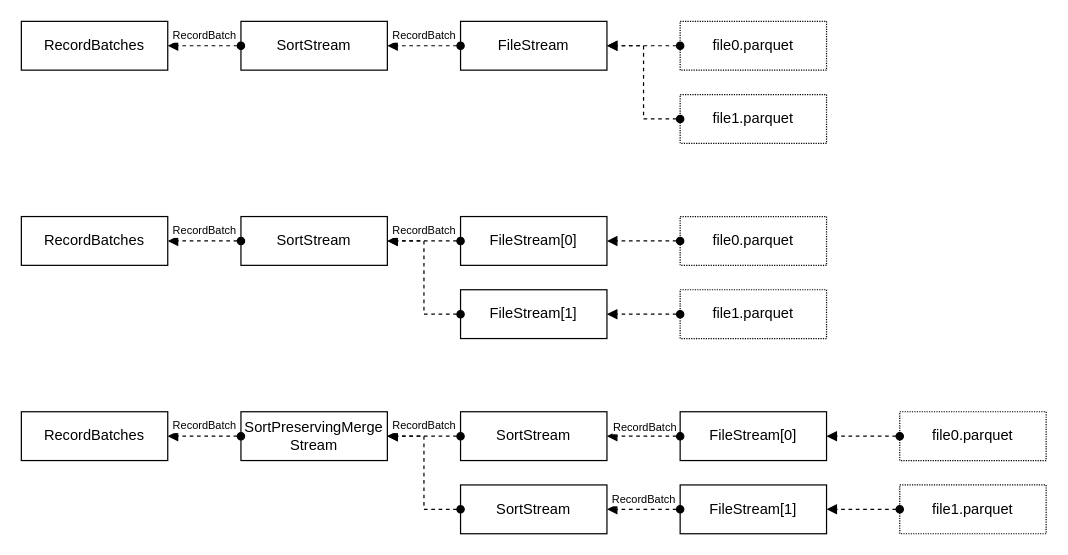
This is page "streams" (2 of 2) of datafusion/datafusion.drawio from haruband/codebook, a draw.io file, before an edit. Source tidied: cells renumbered, new cells numbered last; positions are measured from the earlier drawing's top-left corner, leaving out a move shared by most shapes. Both pictures are drawn from the tidied source at 122%, with x=0, y=0 at pixel (21, 21).
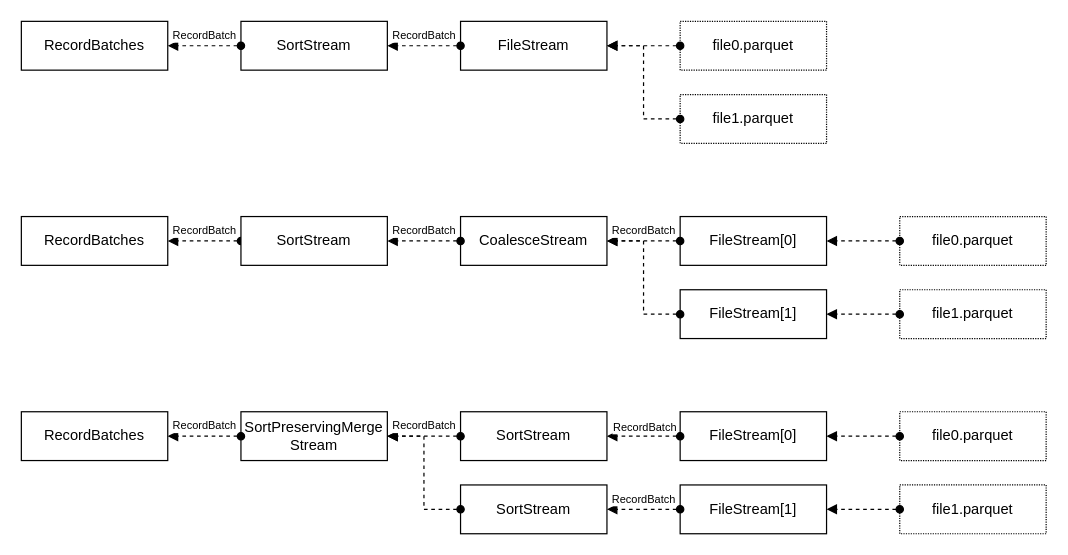
The same page after the edit.

The change refers to these unchanged cells:
```xml
<mxCell id="15" value="RecordBatches" style="rounded=0;whiteSpace=wrap;html=1;fontSize=12;" parent="1" vertex="1">
  <mxGeometry y="160" width="120" height="40" as="geometry" />
</mxCell>
```

Diff of the diagram source:
```diff
@@
     <mxCell id="11" value="FileStream[0]" style="rounded=0;whiteSpace=wrap;html=1;fontSize=12;" parent="1" vertex="1">
-      <mxGeometry x="360" y="160" width="120" height="40" as="geometry" />
+      <mxGeometry x="540" y="160" width="120" height="40" as="geometry" />
     </mxCell>
     <mxCell id="12" value="file0.parquet" style="rounded=0;whiteSpace=wrap;html=1;fontSize=12;dashed=1;dashPattern=1 1;" parent="1" vertex="1">
-      <mxGeometry x="540" y="160" width="120" height="40" as="geometry" />
+      <mxGeometry x="720" y="160" width="120" height="40" as="geometry" />
     </mxCell>
     <mxCell id="13" value="file1.parquet" style="rounded=0;whiteSpace=wrap;html=1;fontSize=12;dashed=1;dashPattern=1 1;" parent="1" vertex="1">
-      <mxGeometry x="540" y="220" width="120" height="40" as="geometry" />
+      <mxGeometry x="720" y="220" width="120" height="40" as="geometry" />
     </mxCell>
-    <mxCell id="14" value="SortStream" style="rounded=0;whiteSpace=wrap;html=1;fontSize=12;" parent="1" vertex="1">
-      <mxGeometry x="180" y="160" width="120" height="40" as="geometry" />
+    <mxCell id="14" value="CoalesceStream" style="rounded=0;whiteSpace=wrap;html=1;fontSize=12;" parent="1" vertex="1">
+      <mxGeometry x="360" y="160" width="120" height="40" as="geometry" />
     </mxCell>
@@
     <mxCell id="16" style="edgeStyle=orthogonalEdgeStyle;rounded=0;jettySize=auto;html=1;dashed=1;startArrow=oval;startFill=1;endArrow=block;endFill=1;exitX=0;exitY=0.5;exitDx=0;exitDy=0;" parent="1" edge="1" source="12">
       <mxGeometry relative="1" as="geometry">
-        <mxPoint x="480" y="180" as="targetPoint" />
+        <mxPoint x="660" y="180" as="targetPoint" />
       </mxGeometry>
     </mxCell>
@@
-    <mxCell id="18" value="RecordBatch" style="edgeStyle=orthogonalEdgeStyle;rounded=0;jettySize=auto;html=1;dashed=1;startArrow=oval;startFill=1;endArrow=block;endFill=1;entryX=1;entryY=0.5;entryDx=0;entryDy=0;exitX=0;exitY=0.5;exitDx=0;exitDy=0;fontSize=9;verticalAlign=bottom;" parent="1" edge="1" source="14" target="15">
+    <mxCell id="18" value="RecordBatch" style="edgeStyle=orthogonalEdgeStyle;rounded=0;jettySize=auto;html=1;dashed=1;startArrow=oval;startFill=1;endArrow=block;endFill=1;entryX=1;entryY=0.5;entryDx=0;entryDy=0;exitX=0;exitY=0.5;exitDx=0;exitDy=0;fontSize=9;verticalAlign=bottom;" parent="1" edge="1" source="37" target="15">
       <mxGeometry relative="1" as="geometry" />
     </mxCell>
     <mxCell id="19" value="FileStream[1]" style="rounded=0;whiteSpace=wrap;html=1;fontSize=12;" parent="1" vertex="1">
-      <mxGeometry x="360" y="220" width="120" height="40" as="geometry" />
+      <mxGeometry x="540" y="220" width="120" height="40" as="geometry" />
     </mxCell>
@@
+    <mxCell id="37" value="SortStream" style="rounded=0;whiteSpace=wrap;html=1;fontSize=12;" parent="1" vertex="1">
+      <mxGeometry x="180" y="160" width="120" height="40" as="geometry" />
+    </mxCell>
+    <mxCell id="38" value="RecordBatch" style="edgeStyle=orthogonalEdgeStyle;rounded=0;jettySize=auto;html=1;dashed=1;startArrow=oval;startFill=1;endArrow=block;endFill=1;exitX=0;exitY=0.5;exitDx=0;exitDy=0;fontSize=9;verticalAlign=bottom;" parent="1" edge="1" source="14" target="37">
+      <mxGeometry relative="1" as="geometry" />
+    </mxCell>
```
